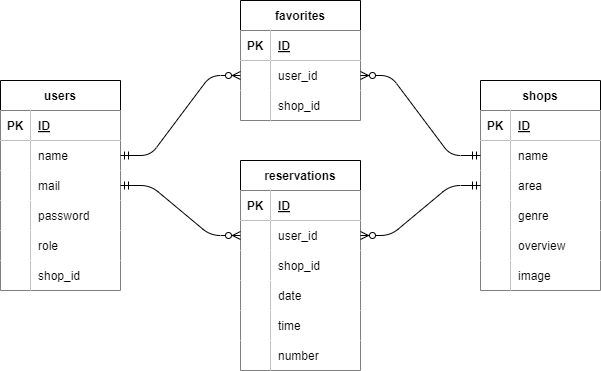
Earlier version of the draw.io export er.drawio.png (ippei-oki/advanced-mock-case). Source tidied: cells renumbered, new cells last; positions are measured from the earlier drawing's top-left corner, leaving out a move shared by most shapes.
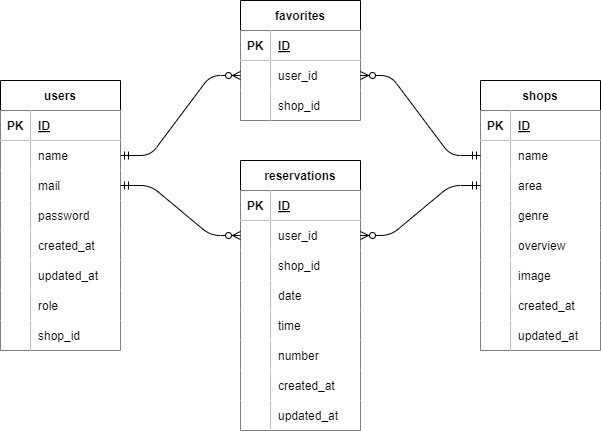
The same file after the commit.

Change to the diagram source:
```diff
@@ -3,7 +3,7 @@
     <mxCell id="0" />
     <mxCell id="1" parent="0" />
     <mxCell id="2" value="users" style="shape=table;startSize=30;rowLines=0;fontStyle=1;align=center;" parent="1" vertex="1">
-      <mxGeometry y="80" width="120" height="210" as="geometry" />
+      <mxGeometry y="80" width="120" height="270" as="geometry" />
     </mxCell>
     <mxCell id="3" style="shape=tableRow;horizontal=0;startSize=0;swimlaneHead=0;swimlaneBody=0;fillColor=none;top=0;left=0;right=0;bottom=1;" parent="2" vertex="1">
       <mxGeometry y="30" width="120" height="30" as="geometry" />
@@ -41,8 +41,26 @@
     <mxCell id="14" value="password" style="shape=partialRectangle;fillColor=default;top=0;left=0;bottom=0;right=0;align=left;spacingLeft=6;overflow=hidden;" parent="12" vertex="1">
       <mxGeometry x="30" width="90" height="30" as="geometry" />
     </mxCell>
+    <mxCell id="73" style="shape=tableRow;horizontal=0;startSize=0;swimlaneHead=0;swimlaneBody=0;fillColor=none;top=0;left=0;right=0;bottom=0;" parent="2" vertex="1">
+      <mxGeometry y="150" width="120" height="30" as="geometry" />
+    </mxCell>
+    <mxCell id="74" style="shape=partialRectangle;fillColor=default;top=0;left=0;bottom=0;right=0;overflow=hidden;" parent="73" vertex="1">
+      <mxGeometry width="30" height="30" as="geometry" />
+    </mxCell>
+    <mxCell id="75" value="created_at" style="shape=partialRectangle;fillColor=default;top=0;left=0;bottom=0;right=0;align=left;spacingLeft=6;overflow=hidden;" parent="73" vertex="1">
+      <mxGeometry x="30" width="90" height="30" as="geometry" />
+    </mxCell>
+    <mxCell id="76" style="shape=tableRow;horizontal=0;startSize=0;swimlaneHead=0;swimlaneBody=0;fillColor=none;top=0;left=0;right=0;bottom=0;" parent="2" vertex="1">
+      <mxGeometry y="180" width="120" height="30" as="geometry" />
+    </mxCell>
+    <mxCell id="77" style="shape=partialRectangle;fillColor=default;top=0;left=0;bottom=0;right=0;overflow=hidden;" parent="76" vertex="1">
+      <mxGeometry width="30" height="30" as="geometry" />
+    </mxCell>
+    <mxCell id="78" value="updated_at" style="shape=partialRectangle;fillColor=default;top=0;left=0;bottom=0;right=0;align=left;spacingLeft=6;overflow=hidden;" parent="76" vertex="1">
+      <mxGeometry x="30" width="90" height="30" as="geometry" />
+    </mxCell>
     <mxCell id="15" style="shape=tableRow;horizontal=0;startSize=0;swimlaneHead=0;swimlaneBody=0;fillColor=none;top=0;left=0;right=0;bottom=0;" parent="2" vertex="1">
-      <mxGeometry y="150" width="120" height="30" as="geometry" />
+      <mxGeometry y="210" width="120" height="30" as="geometry" />
     </mxCell>
     <mxCell id="16" style="shape=partialRectangle;fillColor=default;top=0;left=0;bottom=0;right=0;overflow=hidden;" parent="15" vertex="1">
       <mxGeometry width="30" height="30" as="geometry" />
@@ -51,7 +69,7 @@
       <mxGeometry x="30" width="90" height="30" as="geometry" />
     </mxCell>
     <mxCell id="18" style="shape=tableRow;horizontal=0;startSize=0;swimlaneHead=0;swimlaneBody=0;fillColor=none;top=0;left=0;right=0;bottom=0;" parent="2" vertex="1">
-      <mxGeometry y="180" width="120" height="30" as="geometry" />
+      <mxGeometry y="240" width="120" height="30" as="geometry" />
     </mxCell>
     <mxCell id="19" style="shape=partialRectangle;fillColor=default;top=0;left=0;bottom=0;right=0;overflow=hidden;" parent="18" vertex="1">
       <mxGeometry width="30" height="30" as="geometry" />
@@ -60,7 +78,7 @@
       <mxGeometry x="30" width="90" height="30" as="geometry" />
     </mxCell>
     <mxCell id="21" value="shops" style="shape=table;startSize=30;rowLines=0;fontStyle=1;align=center;" parent="1" vertex="1">
-      <mxGeometry x="480" y="80" width="120" height="210" as="geometry" />
+      <mxGeometry x="480" y="80" width="120" height="270" as="geometry" />
     </mxCell>
     <mxCell id="22" style="shape=tableRow;horizontal=0;startSize=0;swimlaneHead=0;swimlaneBody=0;fillColor=none;top=0;left=0;right=0;bottom=1;" parent="21" vertex="1">
       <mxGeometry y="30" width="120" height="30" as="geometry" />
@@ -116,6 +134,24 @@
     <mxCell id="39" value="image" style="shape=partialRectangle;fillColor=default;top=0;left=0;bottom=0;right=0;align=left;spacingLeft=6;overflow=hidden;" parent="37" vertex="1">
       <mxGeometry x="30" width="90" height="30" as="geometry" />
     </mxCell>
+    <mxCell id="79" style="shape=tableRow;horizontal=0;startSize=0;swimlaneHead=0;swimlaneBody=0;fillColor=none;top=0;left=0;right=0;bottom=0;" parent="21" vertex="1">
+      <mxGeometry y="210" width="120" height="30" as="geometry" />
+    </mxCell>
+    <mxCell id="80" style="shape=partialRectangle;fillColor=default;top=0;left=0;bottom=0;right=0;overflow=hidden;" parent="79" vertex="1">
+      <mxGeometry width="30" height="30" as="geometry" />
+    </mxCell>
+    <mxCell id="81" value="created_at" style="shape=partialRectangle;fillColor=default;top=0;left=0;bottom=0;right=0;align=left;spacingLeft=6;overflow=hidden;" parent="79" vertex="1">
+      <mxGeometry x="30" width="90" height="30" as="geometry" />
+    </mxCell>
+    <mxCell id="82" style="shape=tableRow;horizontal=0;startSize=0;swimlaneHead=0;swimlaneBody=0;fillColor=none;top=0;left=0;right=0;bottom=0;" parent="21" vertex="1">
+      <mxGeometry y="240" width="120" height="30" as="geometry" />
+    </mxCell>
+    <mxCell id="83" style="shape=partialRectangle;fillColor=default;top=0;left=0;bottom=0;right=0;overflow=hidden;" parent="82" vertex="1">
+      <mxGeometry width="30" height="30" as="geometry" />
+    </mxCell>
+    <mxCell id="84" value="updated_at" style="shape=partialRectangle;fillColor=default;top=0;left=0;bottom=0;right=0;align=left;spacingLeft=6;overflow=hidden;" parent="82" vertex="1">
+      <mxGeometry x="30" width="90" height="30" as="geometry" />
+    </mxCell>
     <mxCell id="40" value="favorites" style="shape=table;startSize=30;rowLines=0;fontStyle=1;align=center;" parent="1" vertex="1">
       <mxGeometry x="240" width="120" height="120" as="geometry" />
     </mxCell>
@@ -147,7 +183,7 @@
       <mxGeometry x="30" width="90" height="30" as="geometry" />
     </mxCell>
     <mxCell id="50" value="reservations" style="shape=table;startSize=30;rowLines=0;fontStyle=1;align=center;" parent="1" vertex="1">
-      <mxGeometry x="240" y="160" width="120" height="210" as="geometry" />
+      <mxGeometry x="240" y="160" width="120" height="270" as="geometry" />
     </mxCell>
     <mxCell id="51" style="shape=tableRow;horizontal=0;startSize=0;swimlaneHead=0;swimlaneBody=0;fillColor=none;top=0;left=0;right=0;bottom=1;" parent="50" vertex="1">
       <mxGeometry y="30" width="120" height="30" as="geometry" />
@@ -203,6 +239,24 @@
     <mxCell id="68" value="number" style="shape=partialRectangle;fillColor=default;top=0;left=0;bottom=0;right=0;align=left;spacingLeft=6;overflow=hidden;" parent="66" vertex="1">
       <mxGeometry x="30" width="90" height="30" as="geometry" />
     </mxCell>
+    <mxCell id="85" style="shape=tableRow;horizontal=0;startSize=0;swimlaneHead=0;swimlaneBody=0;fillColor=none;top=0;left=0;right=0;bottom=0;" parent="50" vertex="1">
+      <mxGeometry y="210" width="120" height="30" as="geometry" />
+    </mxCell>
+    <mxCell id="86" style="shape=partialRectangle;fillColor=default;top=0;left=0;bottom=0;right=0;overflow=hidden;" parent="85" vertex="1">
+      <mxGeometry width="30" height="30" as="geometry" />
+    </mxCell>
+    <mxCell id="87" value="created_at" style="shape=partialRectangle;fillColor=default;top=0;left=0;bottom=0;right=0;align=left;spacingLeft=6;overflow=hidden;" parent="85" vertex="1">
+      <mxGeometry x="30" width="90" height="30" as="geometry" />
+    </mxCell>
+    <mxCell id="88" style="shape=tableRow;horizontal=0;startSize=0;swimlaneHead=0;swimlaneBody=0;fillColor=none;top=0;left=0;right=0;bottom=0;" parent="50" vertex="1">
+      <mxGeometry y="240" width="120" height="30" as="geometry" />
+    </mxCell>
+    <mxCell id="89" style="shape=partialRectangle;fillColor=default;top=0;left=0;bottom=0;right=0;overflow=hidden;" parent="88" vertex="1">
+      <mxGeometry width="30" height="30" as="geometry" />
+    </mxCell>
+    <mxCell id="90" value="updated_at" style="shape=partialRectangle;fillColor=default;top=0;left=0;bottom=0;right=0;align=left;spacingLeft=6;overflow=hidden;" parent="88" vertex="1">
+      <mxGeometry x="30" width="90" height="30" as="geometry" />
+    </mxCell>
     <mxCell id="69" style="edgeStyle=entityRelationEdgeStyle;fontSize=12;html=1;endArrow=ERzeroToMany;startArrow=ERmandOne;exitX=1;exitY=0.5;exitDx=0;exitDy=0;entryX=0;entryY=0.5;entryDx=0;entryDy=0;" parent="1" edge="1" source="6" target="44">
       <mxGeometry relative="1" as="geometry" />
     </mxCell>
```
